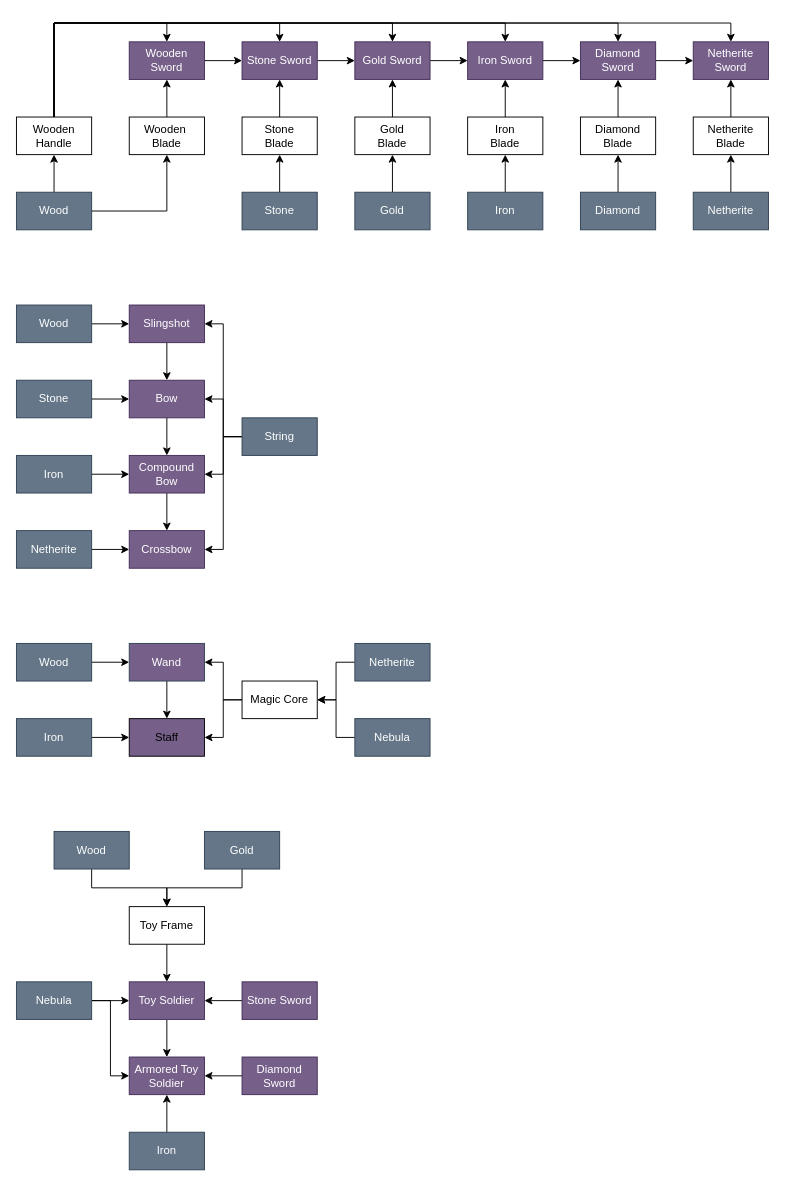
The draw.io diagram docs/Reagent Tree.drawio in SenseiJu/SennetIdle, before the edit. Source tidied: cells renumbered, new cells numbered last; positions are measured from the earlier drawing's top-left corner, leaving out a move shared by most shapes. Both pictures are drawn from the tidied source at 94%, with x=0, y=0 at pixel (16, 23).
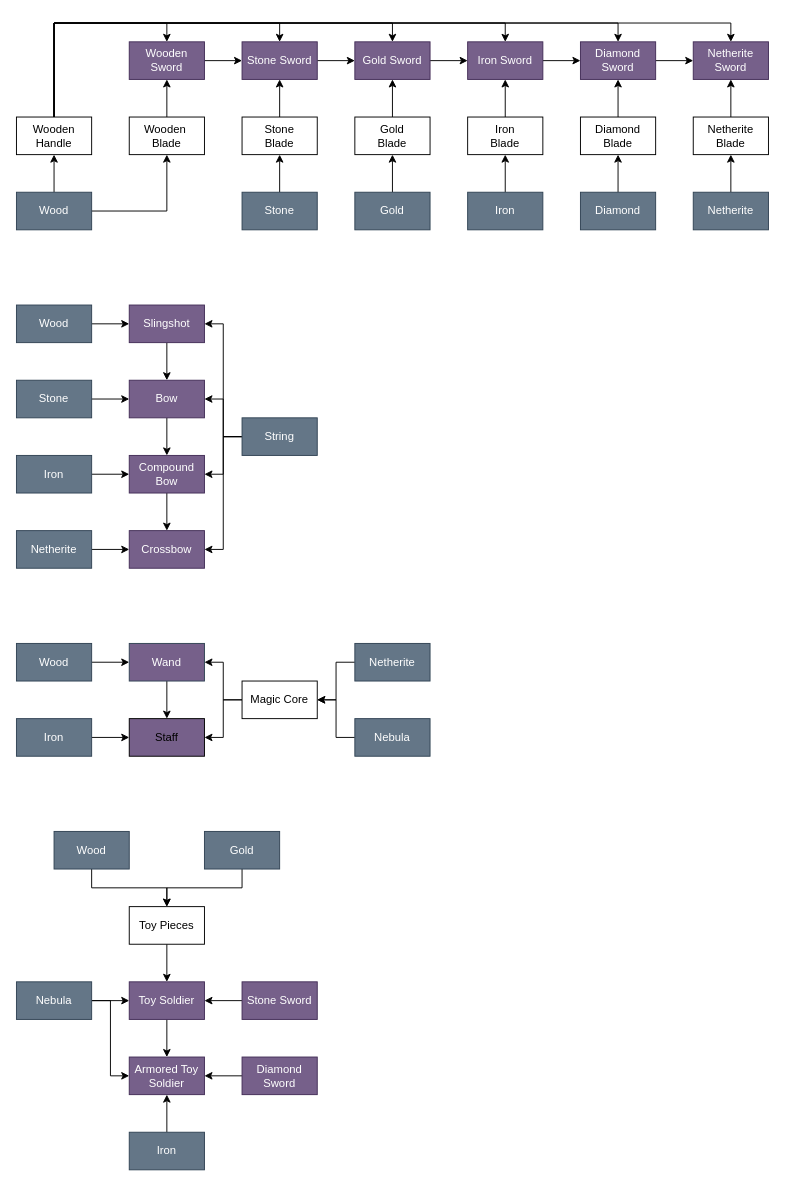
Above is the later version.

Change to the diagram source:
```diff
@@
-    <mxCell id="90" value="Toy Frame" style="rounded=0;whiteSpace=wrap;html=1;" parent="1" vertex="1">
+    <mxCell id="90" value="Toy Pieces" style="rounded=0;whiteSpace=wrap;html=1;" parent="1" vertex="1">
       <mxGeometry x="120" y="940" width="80" height="40" as="geometry" />
     </mxCell>
```
